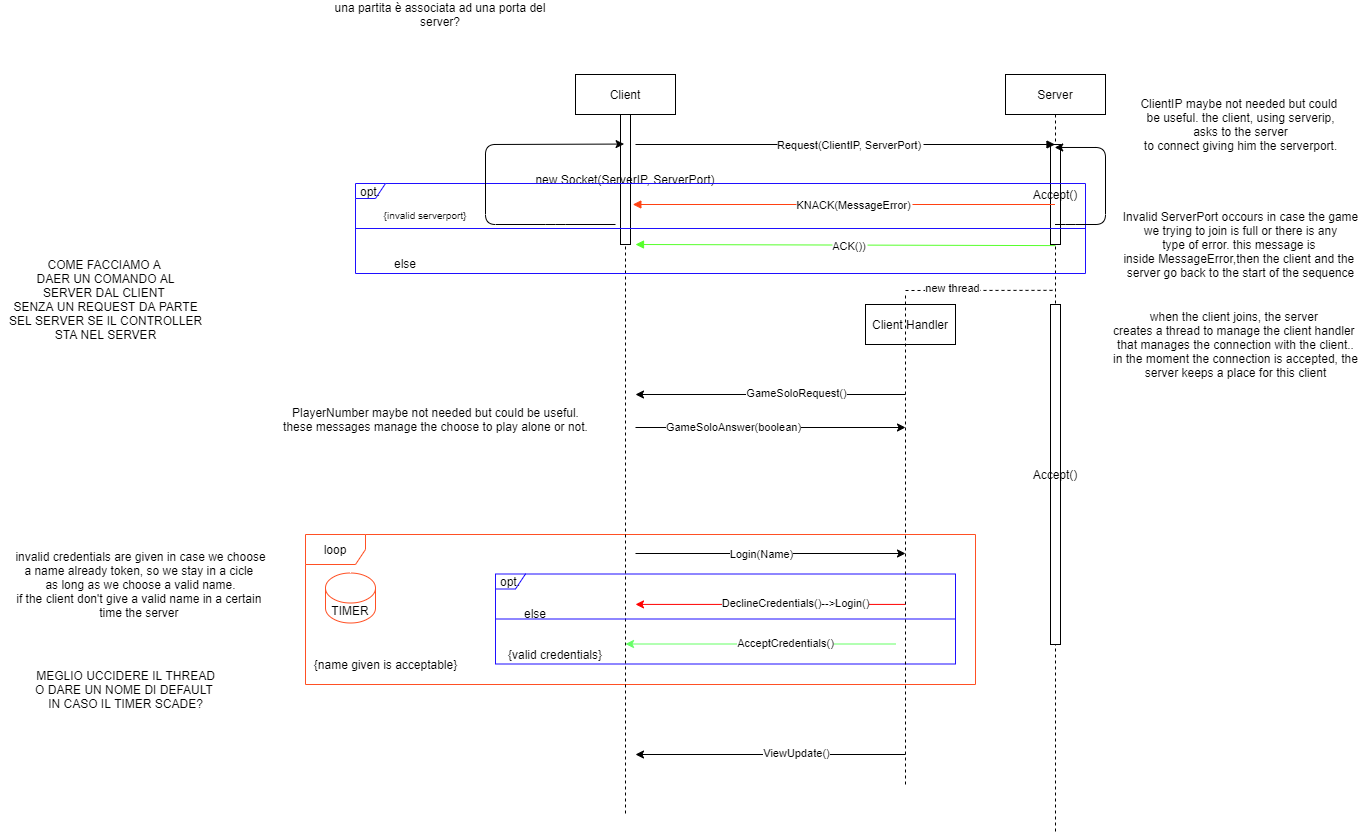
Before: Deliverables/Sequence Diagram_Access to a game.png, a diagram exported from draw.io (Roberto99-ops/ing-sw-2021-Molgora-Magistrali-Liut_Aymar). Source tidied: cells renumbered, new cells last; positions are measured from the earlier drawing's top-left corner, leaving out a move shared by most shapes.
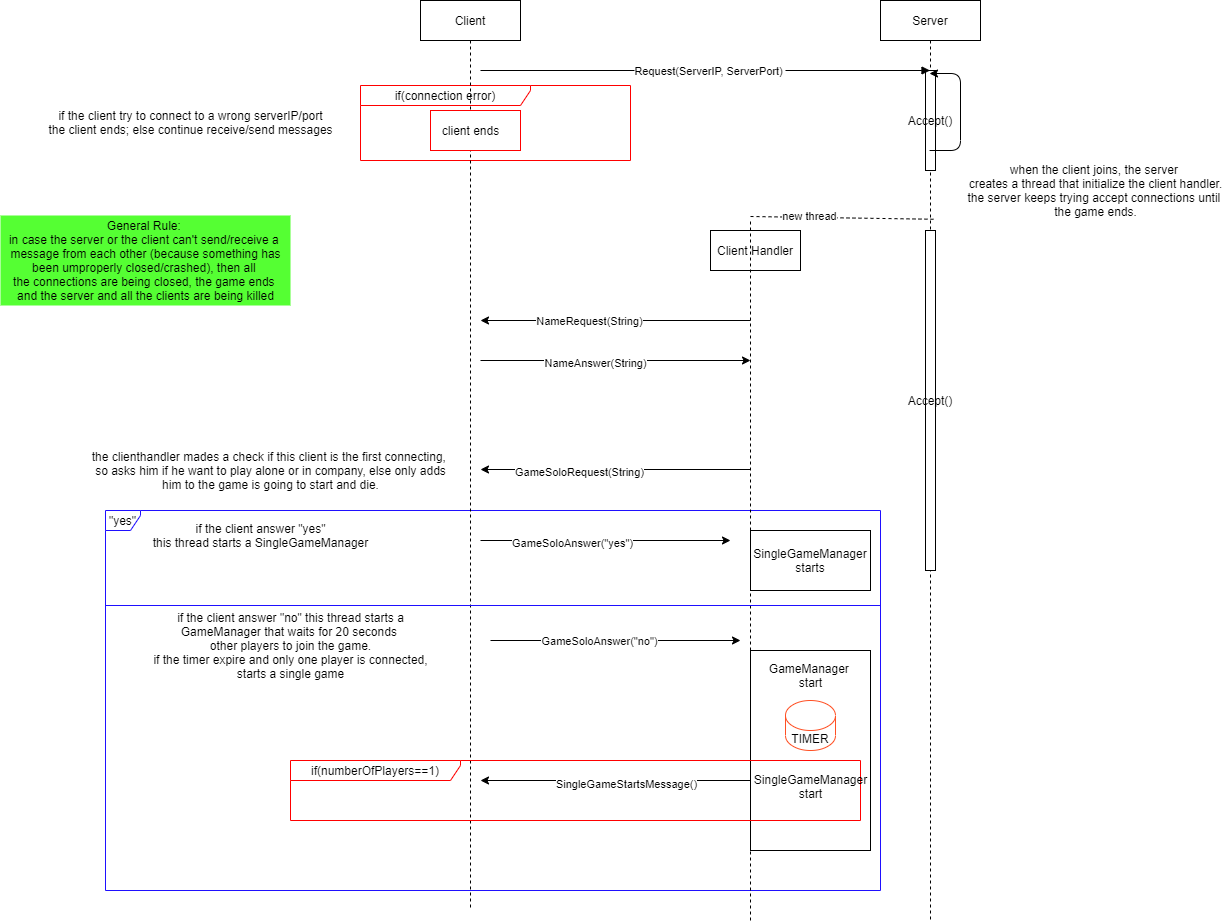
After the change.

Commit message:
access to a game diagram updated

What changed in the source:
```diff
@@ -4,8 +4,11 @@
     <mxCell id="1" parent="0" />
-    <mxCell id="2" value="loop" style="shape=umlFrame;whiteSpace=wrap;html=1;strokeColor=#FF5024;" parent="1" vertex="1">
-      <mxGeometry x="305" y="530" width="670" height="150" as="geometry" />
-    </mxCell>
-    <mxCell id="3" value="opt." style="shape=umlFrame;whiteSpace=wrap;html=1;width=30;height=15;strokeColor=#1F0FFF;" parent="1" vertex="1">
-      <mxGeometry x="495" y="569.5" width="460" height="90" as="geometry" />
-    </mxCell>
+    <mxCell id="47" value="if(connection error)" style="shape=umlFrame;whiteSpace=wrap;html=1;width=170;height=20;strokeColor=#FF0000;" parent="1" vertex="1">
+      <mxGeometry x="515" y="155" width="270" height="75" as="geometry" />
+    </mxCell>
+    <mxCell id="48" value="&quot;yes&quot;" style="shape=umlFrame;whiteSpace=wrap;html=1;width=35;height=20;strokeColor=#1F0FFF;" parent="1" vertex="1">
+      <mxGeometry x="260" y="580" width="775" height="380" as="geometry" />
+    </mxCell>
+    <mxCell id="49" style="rounded=0;whiteSpace=wrap;html=1;" parent="1" vertex="1">
+      <mxGeometry x="905" y="720" width="120" height="200" as="geometry" />
+    </mxCell>
     <mxCell id="4" value="Client Handler" style="rounded=0;whiteSpace=wrap;html=1;" parent="1" vertex="1">
@@ -14,9 +17,9 @@
     <mxCell id="5" value="Client" style="shape=umlLifeline;perimeter=lifelinePerimeter;rounded=0;shadow=0;strokeWidth=1;" parent="1" vertex="1">
-      <mxGeometry x="575" y="70" width="100" height="740" as="geometry" />
+      <mxGeometry x="575" y="70" width="100" height="910" as="geometry" />
     </mxCell>
-    <mxCell id="6" value="new Socket(ServerIP, ServerPort)" style="perimeter=orthogonalPerimeter;rounded=0;shadow=0;strokeWidth=1;" parent="5" vertex="1">
-      <mxGeometry x="45" y="40" width="10" height="130" as="geometry" />
-    </mxCell>
+    <mxCell id="50" style="rounded=0;whiteSpace=wrap;html=1;strokeColor=#FF0000;" parent="5" vertex="1">
+      <mxGeometry x="10" y="110" width="90" height="40" as="geometry" />
+    </mxCell>
     <mxCell id="7" value="Server" style="shape=umlLifeline;perimeter=lifelinePerimeter;rounded=0;shadow=0;strokeWidth=1;" parent="1" vertex="1">
-      <mxGeometry x="1005" y="70" width="100" height="760" as="geometry" />
+      <mxGeometry x="1035" y="70" width="100" height="920" as="geometry" />
     </mxCell>
@@ -28,3 +31,3 @@
     </mxCell>
-    <mxCell id="10" value="Request(ClientIP, ServerPort)" style="verticalAlign=bottom;endArrow=block;shadow=0;strokeWidth=1;" parent="1" edge="1" target="7">
+    <mxCell id="10" value="Request(ServerIP, ServerPort)" style="verticalAlign=bottom;endArrow=block;shadow=0;strokeWidth=1;" parent="1" edge="1" target="7">
       <mxGeometry x="0.02" y="-10" relative="1" as="geometry">
@@ -33,99 +36,30 @@
     </mxCell>
-    <mxCell id="11" value="ACK())" style="verticalAlign=bottom;endArrow=block;shadow=0;strokeWidth=1;strokeColor=#56FF2B;exitX=0.496;exitY=1.011;exitDx=0;exitDy=0;exitPerimeter=0;" parent="1" edge="1" source="8">
-      <mxGeometry x="-0.02" y="10" relative="1" as="geometry">
-        <mxPoint x="635" y="240" as="targetPoint" />
-      </mxGeometry>
-    </mxCell>
-    <mxCell id="12" value="opt." style="shape=umlFrame;whiteSpace=wrap;html=1;width=30;height=15;strokeColor=#1F0FFF;" parent="1" vertex="1">
-      <mxGeometry x="355" y="179" width="730" height="90" as="geometry" />
-    </mxCell>
-    <mxCell id="13" value="KNACK(MessageError)" style="verticalAlign=bottom;endArrow=block;shadow=0;strokeWidth=1;strokeColor=#FF4112;" parent="1" edge="1" source="7">
-      <mxGeometry x="-0.05" y="10" relative="1" as="geometry">
-        <mxPoint x="632.3" y="200" as="targetPoint" />
-      </mxGeometry>
-    </mxCell>
-    <mxCell id="14" style="line;strokeWidth=1;fillColor=none;align=left;verticalAlign=middle;spacingTop=-1;spacingLeft=3;spacingRight=3;labelPosition=right;strokeColor=#1F0FFF;" parent="1" vertex="1">
-      <mxGeometry x="355" y="220" width="730" height="8" as="geometry" />
-    </mxCell>
-    <mxCell id="15" value="&lt;font style=&quot;font-size: 10px&quot;&gt;{invalid serverport}&lt;/font&gt;" style="text;html=1;strokeColor=none;fillColor=none;align=center;verticalAlign=middle;whiteSpace=wrap;rounded=0;" parent="1" vertex="1">
-      <mxGeometry x="365" y="200" width="120" height="20" as="geometry" />
-    </mxCell>
-    <mxCell id="16" value="else" style="text;html=1;strokeColor=none;fillColor=none;align=center;verticalAlign=middle;whiteSpace=wrap;rounded=0;" parent="1" vertex="1">
-      <mxGeometry x="385" y="249" width="40" height="20" as="geometry" />
-    </mxCell>
     <mxCell id="17" style="endArrow=classic;html=1;strokeColor=#000000;" parent="1" edge="1">
       <mxGeometry relative="1" as="geometry">
-        <mxPoint x="635" y="549" as="sourcePoint" />
-        <mxPoint x="905" y="549" as="targetPoint" />
+        <mxPoint x="635" y="430" as="sourcePoint" />
+        <mxPoint x="905" y="430" as="targetPoint" />
       </mxGeometry>
     </mxCell>
-    <mxCell id="18" value="Login(Name)" style="edgeLabel;html=1;align=center;verticalAlign=middle;" parent="17" vertex="1">
-      <mxGeometry x="-0.31" y="1" relative="1" as="geometry">
-        <mxPoint x="31" y="1" as="offset" />
-      </mxGeometry>
-    </mxCell>
-    <mxCell id="19" style="endArrow=classic;html=1;strokeColor=#66FF66;" parent="1" edge="1">
-      <mxGeometry relative="1" as="geometry">
-        <mxPoint x="895" y="639.5" as="sourcePoint" />
-        <mxPoint x="625" y="639.5" as="targetPoint" />
-      </mxGeometry>
-    </mxCell>
-    <mxCell id="20" value="AcceptCredentials()" style="edgeLabel;html=1;align=center;verticalAlign=middle;" parent="19" vertex="1">
-      <mxGeometry x="-0.18" y="-1" relative="1" as="geometry" />
-    </mxCell>
-    <mxCell id="21" style="endArrow=classic;html=1;strokeColor=#FF0000;" parent="1" edge="1">
-      <mxGeometry relative="1" as="geometry">
-        <mxPoint x="905" y="599.9" as="sourcePoint" />
-        <mxPoint x="635" y="599.9" as="targetPoint" />
-      </mxGeometry>
-    </mxCell>
-    <mxCell id="22" value="DeclineCredentials()--&amp;gt;Login()" style="edgeLabel;html=1;align=center;verticalAlign=middle;" parent="21" vertex="1">
-      <mxGeometry x="-0.18" y="-1" relative="1" as="geometry" />
-    </mxCell>
-    <mxCell id="23" style="line;strokeWidth=1;fillColor=none;align=left;verticalAlign=middle;spacingTop=-1;spacingLeft=3;spacingRight=3;labelPosition=right;strokeColor=#1F0FFF;" parent="1" vertex="1">
-      <mxGeometry x="495" y="610.5" width="460" height="8" as="geometry" />
-    </mxCell>
-    <mxCell id="24" value="{valid credentials}" style="text;html=1;strokeColor=none;fillColor=none;align=center;verticalAlign=middle;whiteSpace=wrap;rounded=0;" parent="1" vertex="1">
-      <mxGeometry x="505" y="639.5" width="100" height="20" as="geometry" />
-    </mxCell>
-    <mxCell id="25" value="else" style="text;html=1;strokeColor=none;fillColor=none;align=center;verticalAlign=middle;whiteSpace=wrap;rounded=0;" parent="1" vertex="1">
-      <mxGeometry x="515" y="598.5" width="40" height="20" as="geometry" />
-    </mxCell>
+    <mxCell id="51" value="NameAnswer(String)" style="edgeLabel;html=1;align=center;verticalAlign=middle;" parent="17" vertex="1">
+      <mxGeometry x="-0.15" y="-2" relative="1" as="geometry" />
+    </mxCell>
-    <mxCell id="26" value="Invalid ServerPort occours in case the game&lt;br&gt;we trying to join is full or there is any&lt;br&gt;type of error. this message is&amp;nbsp;&lt;br&gt;inside MessageError,then the client and the&amp;nbsp;&lt;br&gt;server go back to the start of the sequence" style="text;html=1;align=center;verticalAlign=middle;" parent="1" vertex="1">
-      <mxGeometry x="1115" y="200" width="250" height="80" as="geometry" />
+    <mxCell id="26" value="if the client try to connect to a wrong serverIP/port&lt;br&gt;the client ends; else continue receive/send messages" style="text;html=1;align=center;verticalAlign=middle;" parent="1" vertex="1">
+      <mxGeometry x="195" y="177.5" width="300" height="30" as="geometry" />
     </mxCell>
-    <mxCell id="27" value="invalid credentials are given in case we choose&lt;br&gt;a name already token, so we stay in a cicle&amp;nbsp;&lt;br&gt;as long as we choose a valid name.&lt;br&gt;if the client don't give a valid name in a certain&amp;nbsp;&lt;br&gt;time the server&amp;nbsp;" style="text;html=1;align=center;verticalAlign=middle;" parent="1" vertex="1">
-      <mxGeometry x="5" y="540" width="270" height="80" as="geometry" />
-    </mxCell>
-    <mxCell id="28" value="ClientIP maybe not needed but could&amp;nbsp;&lt;br&gt;be useful. the client, using serverip,&lt;br&gt;&amp;nbsp;asks to the server&amp;nbsp;&lt;br&gt;to connect giving him the serverport." style="text;html=1;align=center;verticalAlign=middle;" parent="1" vertex="1">
-      <mxGeometry x="1130" y="90" width="220" height="60" as="geometry" />
-    </mxCell>
     <mxCell id="29" style="endArrow=classic;html=1;" parent="1" edge="1">
       <mxGeometry relative="1" as="geometry">
-        <mxPoint x="905" y="390" as="sourcePoint" />
-        <mxPoint x="635" y="390" as="targetPoint" />
+        <mxPoint x="905" y="539" as="sourcePoint" />
+        <mxPoint x="635" y="539" as="targetPoint" />
       </mxGeometry>
     </mxCell>
-    <mxCell id="30" value="GameSoloRequest()" style="edgeLabel;html=1;align=center;verticalAlign=middle;" parent="29" vertex="1">
-      <mxGeometry x="-0.18" y="-2" relative="1" as="geometry" />
-    </mxCell>
-    <mxCell id="31" style="endArrow=classic;html=1;" parent="1" edge="1">
-      <mxGeometry relative="1" as="geometry">
-        <mxPoint x="635" y="423" as="sourcePoint" />
-        <mxPoint x="905" y="423" as="targetPoint" />
-      </mxGeometry>
-    </mxCell>
-    <mxCell id="32" value="GameSoloAnswer(boolean)" style="edgeLabel;html=1;align=center;verticalAlign=middle;" parent="31" vertex="1">
-      <mxGeometry x="-0.28" y="1" relative="1" as="geometry" />
-    </mxCell>
-    <mxCell id="33" value="una partita è associata ad una porta del server?" style="text;html=1;strokeColor=none;fillColor=none;align=center;verticalAlign=middle;whiteSpace=wrap;rounded=0;" parent="1" vertex="1">
-      <mxGeometry x="315" width="250" height="20" as="geometry" />
-    </mxCell>
+    <mxCell id="52" value="GameSoloRequest(String)" style="edgeLabel;html=1;align=center;verticalAlign=middle;" parent="29" vertex="1">
+      <mxGeometry x="0.27" y="2" relative="1" as="geometry" />
+    </mxCell>
-    <mxCell id="34" value="PlayerNumber maybe not needed but could be useful.&lt;br&gt;these messages manage the choose to play alone or not." style="text;html=1;align=center;verticalAlign=middle;strokeColor=none;" parent="1" vertex="1">
-      <mxGeometry x="275" y="400" width="320" height="30" as="geometry" />
+    <mxCell id="34" value="the clienthandler mades a check if this client is the first connecting,&amp;nbsp;&lt;br&gt;so asks him if he want to play alone or in company, else only adds&lt;br&gt;him to the game is going to start and die." style="text;html=1;align=center;verticalAlign=middle;strokeColor=none;" parent="1" vertex="1">
+      <mxGeometry x="240" y="515" width="370" height="50" as="geometry" />
     </mxCell>
-    <mxCell id="35" value="when the client joins, the server&amp;nbsp;&lt;br&gt;creates a thread to manage the client handler &lt;br&gt;that manages the connection with the client..&lt;br&gt;in the moment the connection is accepted, the&lt;br&gt;server keeps a place for this client" style="text;html=1;align=center;verticalAlign=middle;strokeColor=none;" parent="1" vertex="1">
-      <mxGeometry x="1105" y="300" width="260" height="80" as="geometry" />
+    <mxCell id="35" value="when the client joins, the server&amp;nbsp;&lt;br&gt;creates a thread that initialize the client handler.&lt;br&gt;the server keeps trying accept connections until&amp;nbsp;&lt;br&gt;the game ends." style="text;html=1;align=center;verticalAlign=middle;strokeColor=none;" parent="1" vertex="1">
+      <mxGeometry x="1115" y="230" width="270" height="60" as="geometry" />
     </mxCell>
-    <mxCell id="36" style="endArrow=none;dashed=1;html=1;entryX=0.492;entryY=0.284;entryDx=0;entryDy=0;entryPerimeter=0;" parent="1" edge="1" target="7">
+    <mxCell id="36" style="endArrow=none;dashed=1;html=1;entryX=1.024;entryY=-0.033;entryDx=0;entryDy=0;entryPerimeter=0;" parent="1" edge="1" target="9">
       <mxGeometry relative="1" as="geometry">
@@ -141,3 +75,3 @@
       <mxGeometry relative="1" as="geometry">
-        <mxPoint x="905" y="780" as="sourcePoint" />
+        <mxPoint x="905" y="990" as="sourcePoint" />
         <mxPoint x="905" y="290" as="targetPoint" />
@@ -145,18 +79,8 @@
     </mxCell>
-    <mxCell id="39" style="endArrow=classic;html=1;entryX=0.486;entryY=0.094;entryDx=0;entryDy=0;entryPerimeter=0;" parent="1" edge="1" target="5">
-      <mxGeometry relative="1" as="geometry">
-        <mxPoint x="615" y="220" as="sourcePoint" />
-        <Array as="points">
-          <mxPoint x="555" y="220" />
-          <mxPoint x="485" y="220" />
-          <mxPoint x="485" y="140" />
-        </Array>
-      </mxGeometry>
-    </mxCell>
-    <mxCell id="40" style="endArrow=classic;html=1;entryX=0.492;entryY=0.096;entryDx=0;entryDy=0;entryPerimeter=0;" parent="1" edge="1" source="7" target="7">
+    <mxCell id="40" style="endArrow=classic;html=1;" parent="1" edge="1" source="7">
       <mxGeometry relative="1" as="geometry">
+        <mxPoint x="1084" y="143" as="targetPoint" />
         <Array as="points">
-          <mxPoint x="1065" y="220" />
-          <mxPoint x="1105" y="220" />
-          <mxPoint x="1105" y="143" />
+          <mxPoint x="1115" y="220" />
+          <mxPoint x="1115" y="143" />
         </Array>
@@ -164,23 +88,74 @@
     </mxCell>
-    <mxCell id="41" value="{name given is acceptable}" style="text;html=1;align=center;verticalAlign=middle;strokeColor=none;" parent="1" vertex="1">
-      <mxGeometry x="305" y="650" width="160" height="20" as="geometry" />
-    </mxCell>
     <mxCell id="42" value="TIMER" style="shape=cylinder3;whiteSpace=wrap;html=1;boundedLbl=1;backgroundOutline=1;size=15;strokeColor=#FF5024;" parent="1" vertex="1">
-      <mxGeometry x="325" y="568.5" width="50" height="50" as="geometry" />
+      <mxGeometry x="940" y="770" width="50" height="50" as="geometry" />
     </mxCell>
-    <mxCell id="43" value="MEGLIO UCCIDERE IL THREAD&lt;br&gt;O DARE UN NOME DI DEFAULT&amp;nbsp;&lt;br&gt;IN CASO IL TIMER SCADE?" style="text;html=1;align=center;verticalAlign=middle;strokeColor=none;" parent="1" vertex="1">
-      <mxGeometry x="25" y="659.5" width="200" height="50" as="geometry" />
-    </mxCell>
-    <mxCell id="44" style="endArrow=classic;html=1;" parent="1" edge="1">
-      <mxGeometry relative="1" as="geometry">
-        <mxPoint x="905" y="750" as="sourcePoint" />
-        <mxPoint x="635" y="750" as="targetPoint" />
-      </mxGeometry>
-    </mxCell>
-    <mxCell id="45" value="ViewUpdate()" style="edgeLabel;html=1;align=center;verticalAlign=middle;" parent="44" vertex="1">
-      <mxGeometry x="-0.18" y="-2" relative="1" as="geometry" />
-    </mxCell>
-    <mxCell id="46" value="COME FACCIAMO A&amp;nbsp;&lt;br&gt;DAER UN COMANDO AL&lt;br&gt;SERVER DAL CLIENT&amp;nbsp;&lt;br&gt;SENZA UN REQUEST DA PARTE&lt;br&gt;SEL SERVER SE IL CONTROLLER&lt;br&gt;STA NEL SERVER" style="text;html=1;align=center;verticalAlign=middle;strokeColor=none;" parent="1" vertex="1">
-      <mxGeometry y="250" width="210" height="90" as="geometry" />
-    </mxCell>
+    <mxCell id="53" style="endArrow=classic;html=1;" parent="1" edge="1">
+      <mxGeometry relative="1" as="geometry">
+        <mxPoint x="905" y="390" as="sourcePoint" />
+        <mxPoint x="635" y="390" as="targetPoint" />
+      </mxGeometry>
+    </mxCell>
+    <mxCell id="54" value="NameRequest(String)" style="edgeLabel;html=1;align=center;verticalAlign=middle;" parent="53" vertex="1">
+      <mxGeometry x="0.21" relative="1" as="geometry">
+        <mxPoint x="1" as="offset" />
+      </mxGeometry>
+    </mxCell>
+    <mxCell id="55" style="line;strokeWidth=1;fillColor=none;align=left;verticalAlign=middle;spacingTop=-1;spacingLeft=3;spacingRight=3;labelPosition=right;strokeColor=#1F0FFF;" parent="1" vertex="1">
+      <mxGeometry x="260" y="660" width="775" height="30" as="geometry" />
+    </mxCell>
+    <mxCell id="56" style="endArrow=classic;html=1;" parent="1" edge="1">
+      <mxGeometry relative="1" as="geometry">
+        <mxPoint x="635" y="610" as="sourcePoint" />
+        <mxPoint x="885" y="610" as="targetPoint" />
+      </mxGeometry>
+    </mxCell>
+    <mxCell id="57" value="GameSoloAnswer(&quot;yes&quot;)" style="edgeLabel;html=1;align=center;verticalAlign=middle;" parent="56" vertex="1">
+      <mxGeometry x="-0.27" y="-2" relative="1" as="geometry" />
+    </mxCell>
+    <mxCell id="58" style="endArrow=classic;html=1;" parent="1" edge="1">
+      <mxGeometry relative="1" as="geometry">
+        <mxPoint x="645" y="710" as="sourcePoint" />
+        <mxPoint x="895" y="710" as="targetPoint" />
+      </mxGeometry>
+    </mxCell>
+    <mxCell id="59" value="GameSoloAnswer(&quot;no&quot;)" style="edgeLabel;html=1;align=center;verticalAlign=middle;" parent="58" vertex="1">
+      <mxGeometry x="-0.15" relative="1" as="geometry">
+        <mxPoint x="1" as="offset" />
+      </mxGeometry>
+    </mxCell>
+    <mxCell id="60" value="if the client answer &quot;yes&quot;&lt;br&gt;this thread starts a SingleGameManager" style="text;html=1;align=center;verticalAlign=middle;strokeColor=none;" parent="1" vertex="1">
+      <mxGeometry x="300" y="590" width="230" height="30" as="geometry" />
+    </mxCell>
+    <mxCell id="61" value="if the client answer &quot;no&quot; this thread starts a&lt;br&gt;GameManager that waits for 20 seconds&amp;nbsp;&lt;br&gt;other players to join the game.&lt;br&gt;if the timer expire and only one player is connected,&lt;br&gt;starts a single game" style="text;html=1;align=center;verticalAlign=middle;strokeColor=none;" parent="1" vertex="1">
+      <mxGeometry x="300" y="675" width="290" height="80" as="geometry" />
+    </mxCell>
+    <mxCell id="62" value="SingleGameManager&lt;br&gt;starts" style="rounded=0;whiteSpace=wrap;html=1;" parent="1" vertex="1">
+      <mxGeometry x="905" y="600" width="120" height="60" as="geometry" />
+    </mxCell>
+    <mxCell id="63" value="GameManager&amp;nbsp;&lt;br&gt;start" style="text;html=1;align=center;verticalAlign=middle;strokeColor=none;" parent="1" vertex="1">
+      <mxGeometry x="915" y="730" width="100" height="30" as="geometry" />
+    </mxCell>
+    <mxCell id="64" value="if(numberOfPlayers==1)" style="shape=umlFrame;whiteSpace=wrap;html=1;width=170;height=20;strokeColor=#FF0000;" parent="1" vertex="1">
+      <mxGeometry x="445" y="830" width="570" height="60" as="geometry" />
+    </mxCell>
+    <mxCell id="65" style="endArrow=classic;html=1;" parent="1" edge="1">
+      <mxGeometry relative="1" as="geometry">
+        <mxPoint x="905" y="850" as="sourcePoint" />
+        <mxPoint x="635" y="850" as="targetPoint" />
+      </mxGeometry>
+    </mxCell>
+    <mxCell id="66" value="SingleGameStartsMessage()" style="edgeLabel;html=1;align=center;verticalAlign=middle;" parent="65" vertex="1">
+      <mxGeometry x="-0.07" y="3" relative="1" as="geometry">
+        <mxPoint x="1" as="offset" />
+      </mxGeometry>
+    </mxCell>
+    <mxCell id="67" value="SingleGameManager&lt;br&gt;start" style="text;html=1;align=center;verticalAlign=middle;strokeColor=none;" parent="1" vertex="1">
+      <mxGeometry x="900" y="841" width="130" height="30" as="geometry" />
+    </mxCell>
+    <mxCell id="68" value="General Rule: &lt;br&gt;in case the server or the client can't send/receive a&amp;nbsp;&lt;br&gt;message from each other (because something has&lt;br&gt;been umproperly closed/crashed), then all&amp;nbsp;&lt;br&gt;the connections are being closed, the game ends&amp;nbsp;&lt;br&gt;and the server and all the clients are being killed" style="text;html=1;align=center;verticalAlign=middle;strokeColor=none;fillColor=#55FF33;" parent="1" vertex="1">
+      <mxGeometry x="155" y="285" width="290" height="90" as="geometry" />
+    </mxCell>
+    <mxCell id="69" value="client ends" style="text;html=1;align=center;verticalAlign=middle;strokeColor=none;" parent="1" vertex="1">
+      <mxGeometry x="590" y="190" width="70" height="20" as="geometry" />
+    </mxCell>
   </root>
```
